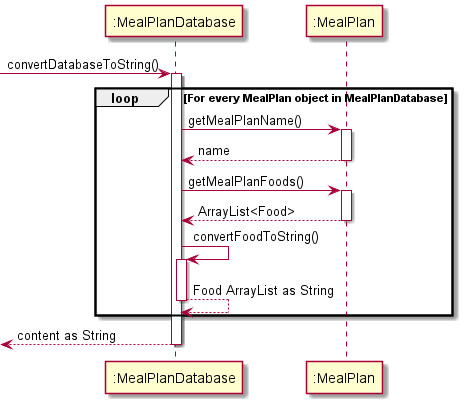
Earlier version of the PlantUML export docs/diagrams-DG/MealPlanDatabase_convertDatabaseToString_Seq.png (praj-bellakka/tp).
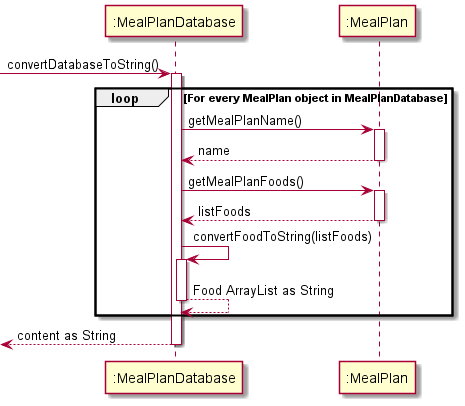
The same file after the commit.

Diff of the diagram source:
```diff
@@ -10,8 +10,8 @@
     return name
     ":MealPlanDatabase" -> ":MealPlan": getMealPlanFoods()
     activate ":MealPlan"
-    return ArrayList<Food>
-    ":MealPlanDatabase" -> ":MealPlanDatabase": convertFoodToString()
+    return listFoods
+    ":MealPlanDatabase" -> ":MealPlanDatabase": convertFoodToString(listFoods)
     activate ":MealPlanDatabase"
     return Food ArrayList as String
 end
```
